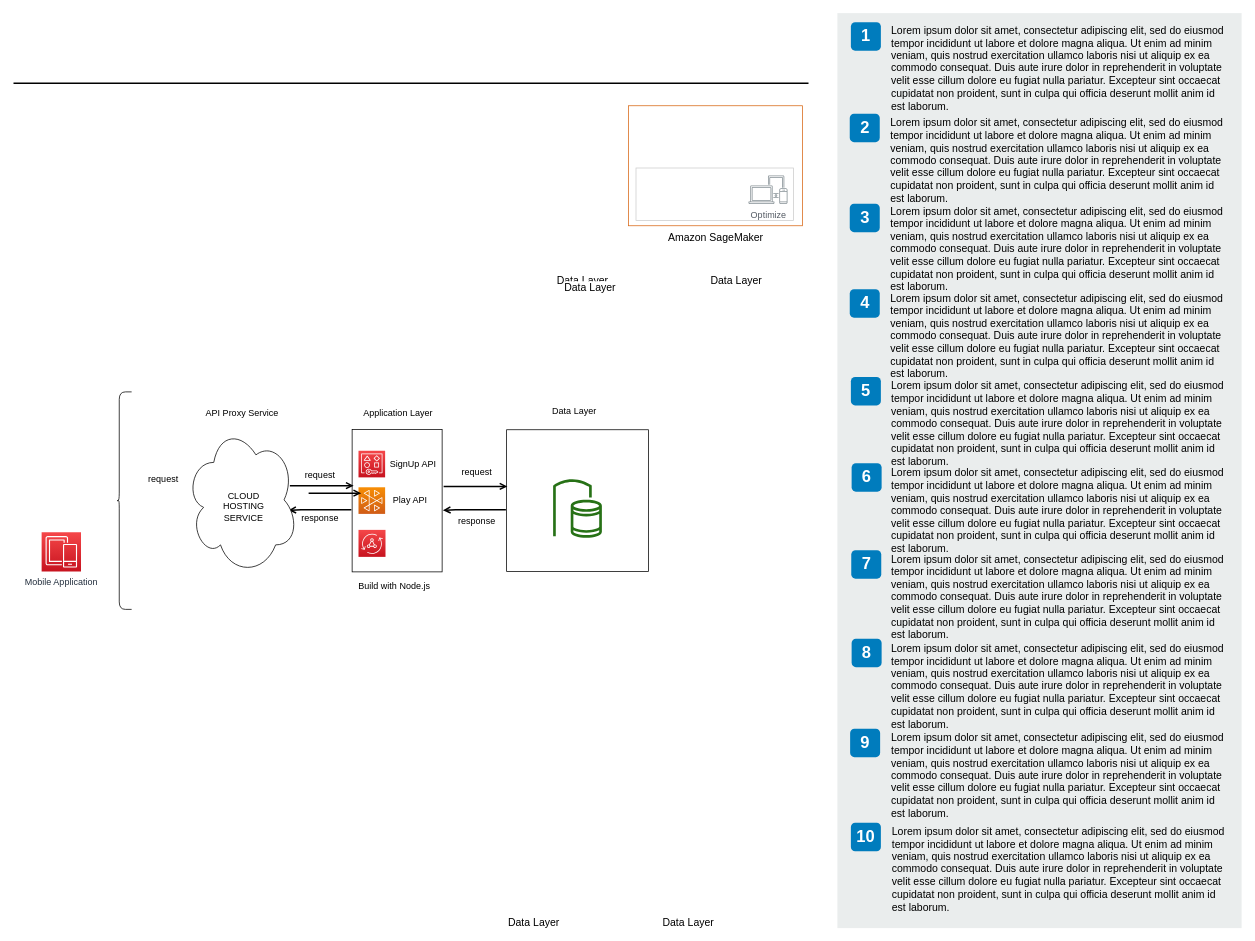
Above: Untitled Diagram.drawio in johnwealth/DesignArchitecture (draw.io), before the change. Source tidied: cells renumbered, new cells numbered last; positions are measured from the earlier drawing's top-left corner, leaving out a move shared by most shapes. Both pictures are drawn from the tidied source at 75%, with x=0, y=0 at pixel (13, 13).
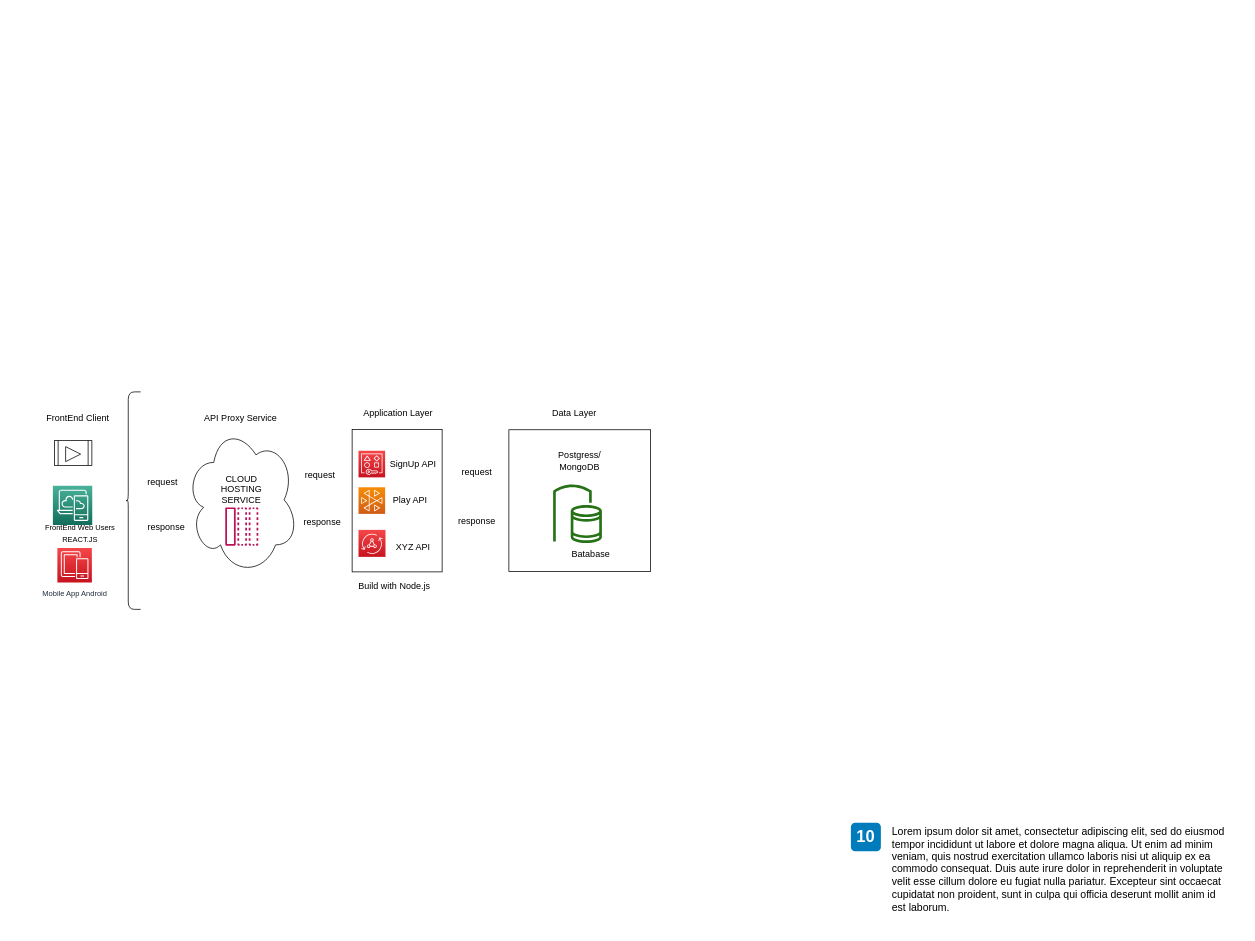
Above is the later version.

The edit, as a diff of the source:
```diff
@@
     <mxCell id="2" style="whiteSpace=wrap;html=1;" parent="1" vertex="1">
-      <mxGeometry x="658" y="555.5" width="189" height="189" as="geometry" />
+      <mxGeometry x="661" y="555.5" width="189" height="189" as="geometry" />
     </mxCell>
-    <mxCell id="3" value="Amazon SageMaker" style="whiteSpace=wrap;html=1;fillColor=none;fontSize=14;fontColor=#000000;dashed=0;fontStyle=0;align=center;verticalAlign=top;strokeColor=#D86613;gradientColor=none;spacingLeft=0;labelPosition=center;verticalLabelPosition=bottom;" parent="1" vertex="1">
-      <mxGeometry x="820.5" y="123.5" width="232" height="160" as="geometry" />
-    </mxCell>
-    <mxCell id="4" style="whiteSpace=wrap;html=1;fillColor=none;fontSize=14;fontColor=#000000;dashed=0;fontStyle=0;align=center;verticalAlign=top;strokeColor=#CCCCCC;gradientColor=none;spacingLeft=0;labelPosition=center;verticalLabelPosition=bottom;" parent="1" vertex="1">
-      <mxGeometry x="830.5" y="206.5" width="210" height="70" as="geometry" />
-    </mxCell>
-    <mxCell id="5" value="Mobile Application" style="fontColor=#232F3E;gradientColor=#F54749;gradientDirection=north;fillColor=#C7131F;strokeColor=#ffffff;dashed=0;verticalLabelPosition=bottom;verticalAlign=top;align=center;html=1;fontSize=12;fontStyle=0;shape=mxgraph.aws4.resourceIcon;resIcon=mxgraph.aws4.mobile;" parent="1" vertex="1">
-      <mxGeometry x="38" y="692" width="52.5" height="52.5" as="geometry" />
+    <mxCell id="5" value="&lt;font style=&quot;font-size: 10px&quot;&gt;Mobile App Android&lt;/font&gt;" style="fontColor=#232F3E;gradientColor=#F54749;gradientDirection=north;fillColor=#C7131F;strokeColor=#ffffff;dashed=0;verticalLabelPosition=bottom;verticalAlign=top;align=center;html=1;fontSize=12;fontStyle=0;shape=mxgraph.aws4.resourceIcon;resIcon=mxgraph.aws4.mobile;" parent="1" vertex="1">
+      <mxGeometry x="59" y="713" width="46" height="46" as="geometry" />
     </mxCell>
-    <mxCell id="6" style="line;strokeWidth=2;html=1;fontSize=14;" parent="1" vertex="1">
-      <mxGeometry x="0.5" y="88.5" width="1060" height="10" as="geometry" />
-    </mxCell>
     <mxCell id="7" style="shape=curlyBracket;whiteSpace=wrap;html=1;rounded=1;fontSize=14;size=0.175;" parent="1" vertex="1">
-      <mxGeometry x="138" y="505" width="20" height="290" as="geometry" />
+      <mxGeometry x="150" y="505" width="20" height="290" as="geometry" />
     </mxCell>
-    <mxCell id="8" value="Data Layer" style="edgeStyle=orthogonalEdgeStyle;html=1;endArrow=open;elbow=vertical;startArrow=none;endFill=0;rounded=0;fontSize=14;strokeWidth=2;" parent="1" edge="1">
-      <mxGeometry x="1" y="412" relative="1" as="geometry">
-        <mxPoint x="589" y="631" as="sourcePoint" />
-        <mxPoint x="659" y="631" as="targetPoint" />
-        <Array as="points">
-          <mxPoint x="574" y="631" />
-        </Array>
-        <mxPoint x="305" y="138" as="offset" />
-      </mxGeometry>
-    </mxCell>
-    <mxCell id="9" value="Optimize" style="gradientColor=none;fontColor=#545B64;strokeColor=none;fillColor=#879196;dashed=0;verticalLabelPosition=bottom;verticalAlign=top;align=center;html=1;fontSize=12;fontStyle=0;shape=mxgraph.aws4.illustration_devices;" parent="1" vertex="1">
-      <mxGeometry x="980.5" y="216.5" width="52" height="38" as="geometry" />
-    </mxCell>
-    <mxCell id="10" style="rounded=0;whiteSpace=wrap;html=1;fillColor=#EAEDED;fontSize=22;fontColor=#FFFFFF;strokeColor=none;labelBackgroundColor=none;" parent="1" vertex="1">
-      <mxGeometry x="1099" width="539" height="1220" as="geometry" />
-    </mxCell>
-    <mxCell id="11" value="1" style="rounded=1;whiteSpace=wrap;html=1;fillColor=#007CBD;strokeColor=none;fontColor=#FFFFFF;fontStyle=1;fontSize=22;labelBackgroundColor=none;" parent="1" vertex="1">
-      <mxGeometry x="1117" y="12" width="40" height="38" as="geometry" />
-    </mxCell>
-    <mxCell id="12" value="2" style="rounded=1;whiteSpace=wrap;html=1;fillColor=#007CBD;strokeColor=none;fontColor=#FFFFFF;fontStyle=1;fontSize=22;labelBackgroundColor=none;" parent="1" vertex="1">
-      <mxGeometry x="1115.5" y="134" width="40" height="38" as="geometry" />
-    </mxCell>
-    <mxCell id="13" value="3" style="rounded=1;whiteSpace=wrap;html=1;fillColor=#007CBD;strokeColor=none;fontColor=#FFFFFF;fontStyle=1;fontSize=22;labelBackgroundColor=none;" parent="1" vertex="1">
-      <mxGeometry x="1115.5" y="254" width="40" height="38" as="geometry" />
-    </mxCell>
-    <mxCell id="14" value="4" style="rounded=1;whiteSpace=wrap;html=1;fillColor=#007CBD;strokeColor=none;fontColor=#FFFFFF;fontStyle=1;fontSize=22;labelBackgroundColor=none;" parent="1" vertex="1">
-      <mxGeometry x="1115.5" y="368" width="40" height="38" as="geometry" />
-    </mxCell>
-    <mxCell id="15" value="5" style="rounded=1;whiteSpace=wrap;html=1;fillColor=#007CBD;strokeColor=none;fontColor=#FFFFFF;fontStyle=1;fontSize=22;labelBackgroundColor=none;" parent="1" vertex="1">
-      <mxGeometry x="1117" y="485" width="40" height="38" as="geometry" />
-    </mxCell>
-    <mxCell id="16" value="6" style="rounded=1;whiteSpace=wrap;html=1;fillColor=#007CBD;strokeColor=none;fontColor=#FFFFFF;fontStyle=1;fontSize=22;labelBackgroundColor=none;" parent="1" vertex="1">
-      <mxGeometry x="1118" y="600" width="40" height="38" as="geometry" />
-    </mxCell>
-    <mxCell id="17" value="7" style="rounded=1;whiteSpace=wrap;html=1;fillColor=#007CBD;strokeColor=none;fontColor=#FFFFFF;fontStyle=1;fontSize=22;labelBackgroundColor=none;" parent="1" vertex="1">
-      <mxGeometry x="1117.5" y="716" width="40" height="38" as="geometry" />
-    </mxCell>
-    <mxCell id="18" value="8" style="rounded=1;whiteSpace=wrap;html=1;fillColor=#007CBD;strokeColor=none;fontColor=#FFFFFF;fontStyle=1;fontSize=22;labelBackgroundColor=none;" parent="1" vertex="1">
-      <mxGeometry x="1118" y="834" width="40" height="38" as="geometry" />
-    </mxCell>
-    <mxCell id="19" value="9" style="rounded=1;whiteSpace=wrap;html=1;fillColor=#007CBD;strokeColor=none;fontColor=#FFFFFF;fontStyle=1;fontSize=22;labelBackgroundColor=none;" parent="1" vertex="1">
-      <mxGeometry x="1116" y="954" width="40" height="38" as="geometry" />
-    </mxCell>
-    <mxCell id="20" value="&lt;span&gt;Lorem ipsum dolor sit amet, consectetur adipiscing elit, sed do eiusmod tempor incididunt ut labore et dolore magna aliqua. Ut enim ad minim veniam, quis nostrud exercitation ullamco laboris nisi ut aliquip ex ea commodo consequat. Duis aute irure dolor in reprehenderit in voluptate velit esse cillum dolore eu fugiat nulla pariatur. Excepteur sint occaecat cupidatat non proident, sunt in culpa qui officia deserunt mollit anim id est laborum.&lt;/span&gt;&lt;br&gt;" style="text;html=1;align=left;verticalAlign=top;spacingTop=-4;fontSize=14;labelBackgroundColor=none;whiteSpace=wrap;" parent="1" vertex="1">
-      <mxGeometry x="1168.5" y="11.5" width="449" height="118" as="geometry" />
-    </mxCell>
-    <mxCell id="21" value="&lt;span&gt;Lorem ipsum dolor sit amet, consectetur adipiscing elit, sed do eiusmod tempor incididunt ut labore et dolore magna aliqua. Ut enim ad minim veniam, quis nostrud exercitation ullamco laboris nisi ut aliquip ex ea commodo consequat. Duis aute irure dolor in reprehenderit in voluptate velit esse cillum dolore eu fugiat nulla pariatur. Excepteur sint occaecat cupidatat non proident, sunt in culpa qui officia deserunt mollit anim id est laborum.&lt;/span&gt;&lt;br&gt;" style="text;html=1;align=left;verticalAlign=top;spacingTop=-4;fontSize=14;labelBackgroundColor=none;whiteSpace=wrap;" parent="1" vertex="1">
-      <mxGeometry x="1167.5" y="134.5" width="450" height="115" as="geometry" />
-    </mxCell>
-    <mxCell id="22" value="&lt;span&gt;Lorem ipsum dolor sit amet, consectetur adipiscing elit, sed do eiusmod tempor incididunt ut labore et dolore magna aliqua. Ut enim ad minim veniam, quis nostrud exercitation ullamco laboris nisi ut aliquip ex ea commodo consequat. Duis aute irure dolor in reprehenderit in voluptate velit esse cillum dolore eu fugiat nulla pariatur. Excepteur sint occaecat cupidatat non proident, sunt in culpa qui officia deserunt mollit anim id est laborum.&lt;/span&gt;&lt;br&gt;" style="text;html=1;align=left;verticalAlign=top;spacingTop=-4;fontSize=14;labelBackgroundColor=none;whiteSpace=wrap;" parent="1" vertex="1">
-      <mxGeometry x="1167.5" y="252.5" width="450" height="117" as="geometry" />
-    </mxCell>
-    <mxCell id="23" value="&lt;span&gt;Lorem ipsum dolor sit amet, consectetur adipiscing elit, sed do eiusmod tempor incididunt ut labore et dolore magna aliqua. Ut enim ad minim veniam, quis nostrud exercitation ullamco laboris nisi ut aliquip ex ea commodo consequat. Duis aute irure dolor in reprehenderit in voluptate velit esse cillum dolore eu fugiat nulla pariatur. Excepteur sint occaecat cupidatat non proident, sunt in culpa qui officia deserunt mollit anim id est laborum.&lt;/span&gt;&lt;br&gt;" style="text;html=1;align=left;verticalAlign=top;spacingTop=-4;fontSize=14;labelBackgroundColor=none;whiteSpace=wrap;" parent="1" vertex="1">
-      <mxGeometry x="1167.5" y="368.5" width="450" height="121" as="geometry" />
-    </mxCell>
-    <mxCell id="24" value="&lt;span&gt;Lorem ipsum dolor sit amet, consectetur adipiscing elit, sed do eiusmod tempor incididunt ut labore et dolore magna aliqua. Ut enim ad minim veniam, quis nostrud exercitation ullamco laboris nisi ut aliquip ex ea commodo consequat. Duis aute irure dolor in reprehenderit in voluptate velit esse cillum dolore eu fugiat nulla pariatur. Excepteur sint occaecat cupidatat non proident, sunt in culpa qui officia deserunt mollit anim id est laborum.&lt;/span&gt;&lt;br&gt;" style="text;html=1;align=left;verticalAlign=top;spacingTop=-4;fontSize=14;labelBackgroundColor=none;whiteSpace=wrap;" parent="1" vertex="1">
-      <mxGeometry x="1168.5" y="485.5" width="449" height="114" as="geometry" />
-    </mxCell>
-    <mxCell id="25" value="&lt;span&gt;Lorem ipsum dolor sit amet, consectetur adipiscing elit, sed do eiusmod tempor incididunt ut labore et dolore magna aliqua. Ut enim ad minim veniam, quis nostrud exercitation ullamco laboris nisi ut aliquip ex ea commodo consequat. Duis aute irure dolor in reprehenderit in voluptate velit esse cillum dolore eu fugiat nulla pariatur. Excepteur sint occaecat cupidatat non proident, sunt in culpa qui officia deserunt mollit anim id est laborum.&lt;/span&gt;&lt;br&gt;" style="text;html=1;align=left;verticalAlign=top;spacingTop=-4;fontSize=14;labelBackgroundColor=none;whiteSpace=wrap;" parent="1" vertex="1">
-      <mxGeometry x="1168.5" y="601.5" width="450" height="118" as="geometry" />
-    </mxCell>
-    <mxCell id="26" value="&lt;span&gt;Lorem ipsum dolor sit amet, consectetur adipiscing elit, sed do eiusmod tempor incididunt ut labore et dolore magna aliqua. Ut enim ad minim veniam, quis nostrud exercitation ullamco laboris nisi ut aliquip ex ea commodo consequat. Duis aute irure dolor in reprehenderit in voluptate velit esse cillum dolore eu fugiat nulla pariatur. Excepteur sint occaecat cupidatat non proident, sunt in culpa qui officia deserunt mollit anim id est laborum.&lt;/span&gt;&lt;br&gt;" style="text;html=1;align=left;verticalAlign=top;spacingTop=-4;fontSize=14;labelBackgroundColor=none;whiteSpace=wrap;" parent="1" vertex="1">
-      <mxGeometry x="1168.5" y="716.5" width="449" height="113" as="geometry" />
-    </mxCell>
-    <mxCell id="27" value="&lt;span&gt;Lorem ipsum dolor sit amet, consectetur adipiscing elit, sed do eiusmod tempor incididunt ut labore et dolore magna aliqua. Ut enim ad minim veniam, quis nostrud exercitation ullamco laboris nisi ut aliquip ex ea commodo consequat. Duis aute irure dolor in reprehenderit in voluptate velit esse cillum dolore eu fugiat nulla pariatur. Excepteur sint occaecat cupidatat non proident, sunt in culpa qui officia deserunt mollit anim id est laborum.&lt;/span&gt;&lt;br&gt;" style="text;html=1;align=left;verticalAlign=top;spacingTop=-4;fontSize=14;labelBackgroundColor=none;whiteSpace=wrap;" parent="1" vertex="1">
-      <mxGeometry x="1168.5" y="835.5" width="449" height="124" as="geometry" />
-    </mxCell>
-    <mxCell id="28" value="&lt;span&gt;Lorem ipsum dolor sit amet, consectetur adipiscing elit, sed do eiusmod tempor incididunt ut labore et dolore magna aliqua. Ut enim ad minim veniam, quis nostrud exercitation ullamco laboris nisi ut aliquip ex ea commodo consequat. Duis aute irure dolor in reprehenderit in voluptate velit esse cillum dolore eu fugiat nulla pariatur. Excepteur sint occaecat cupidatat non proident, sunt in culpa qui officia deserunt mollit anim id est laborum.&lt;/span&gt;&lt;br&gt;" style="text;html=1;align=left;verticalAlign=top;spacingTop=-4;fontSize=14;labelBackgroundColor=none;whiteSpace=wrap;" parent="1" vertex="1">
-      <mxGeometry x="1168.5" y="954.5" width="449" height="115" as="geometry" />
-    </mxCell>
@@
     <mxCell id="31" style="fontColor=#232F3E;gradientColor=none;fillColor=#277116;strokeColor=none;dashed=0;verticalLabelPosition=bottom;verticalAlign=top;align=center;html=1;fontSize=12;fontStyle=0;shape=mxgraph.aws4.volume_gateway;" parent="1" vertex="1">
-      <mxGeometry x="720" y="621.5" width="65" height="78" as="geometry" />
+      <mxGeometry x="720" y="628.5" width="65" height="78" as="geometry" />
     </mxCell>
-    <mxCell id="32" value="Data Layer" style="edgeStyle=orthogonalEdgeStyle;html=1;endArrow=open;elbow=vertical;startArrow=none;endFill=0;rounded=0;fontSize=14;strokeWidth=2;exitX=-0.032;exitY=0.384;exitDx=0;exitDy=0;exitPerimeter=0;" parent="1" edge="1">
-      <mxGeometry x="1" y="412" relative="1" as="geometry">
-        <mxPoint x="657" y="662.1" as="sourcePoint" />
-        <mxPoint x="573" y="663" as="targetPoint" />
-        <Array as="points">
-          <mxPoint x="590" y="662" />
-        </Array>
-        <mxPoint x="305" y="138" as="offset" />
-      </mxGeometry>
-    </mxCell>
     <mxCell id="33" value="Data Layer" style="text;html=1;align=center;verticalAlign=middle;" parent="1" vertex="1">
-      <mxGeometry x="713" y="521" width="70" height="20" as="geometry" />
+      <mxGeometry x="713" y="524" width="70" height="20" as="geometry" />
     </mxCell>
@@
-    <mxCell id="42" value="Data Layer" style="edgeStyle=orthogonalEdgeStyle;html=1;endArrow=open;elbow=vertical;startArrow=none;endFill=0;rounded=0;fontSize=14;strokeWidth=2;" parent="1" edge="1">
-      <mxGeometry x="1" y="412" relative="1" as="geometry">
-        <mxPoint x="384" y="630" as="sourcePoint" />
-        <mxPoint x="454" y="630" as="targetPoint" />
-        <Array as="points">
-          <mxPoint x="369" y="630" />
-        </Array>
-        <mxPoint x="305" y="138" as="offset" />
-      </mxGeometry>
-    </mxCell>
-    <mxCell id="43" value="Data Layer" style="edgeStyle=orthogonalEdgeStyle;html=1;endArrow=open;elbow=vertical;startArrow=none;endFill=0;rounded=0;fontSize=14;strokeWidth=2;exitX=-0.032;exitY=0.384;exitDx=0;exitDy=0;exitPerimeter=0;" parent="1" edge="1">
-      <mxGeometry x="1" y="412" relative="1" as="geometry">
-        <mxPoint x="451" y="662.1" as="sourcePoint" />
-        <mxPoint x="367" y="663" as="targetPoint" />
-        <Array as="points">
-          <mxPoint x="384" y="662" />
-        </Array>
-        <mxPoint x="305" y="138" as="offset" />
-      </mxGeometry>
-    </mxCell>
@@
     <mxCell id="45" value="CLOUD&lt;br&gt;HOSTING&lt;br&gt;SERVICE" style="text;html=1;align=center;verticalAlign=middle;" parent="1" vertex="1">
-      <mxGeometry x="272" y="633" width="70" height="50" as="geometry" />
+      <mxGeometry x="269" y="610" width="70" height="50" as="geometry" />
     </mxCell>
     <mxCell id="46" value="API Proxy Service" style="text;html=1;align=center;verticalAlign=middle;" parent="1" vertex="1">
-      <mxGeometry x="250" y="524" width="110" height="20" as="geometry" />
+      <mxGeometry x="248" y="530" width="110" height="20" as="geometry" />
     </mxCell>
     <mxCell id="47" value="response" style="text;html=1;align=center;verticalAlign=middle;" parent="1" vertex="1">
-      <mxGeometry x="379" y="663" width="60" height="20" as="geometry" />
+      <mxGeometry x="382" y="669" width="60" height="20" as="geometry" />
     </mxCell>
-    <mxCell id="48" value="request" style="text;html=1;align=center;verticalAlign=middle;" parent="1" vertex="1">
+    <mxCell id="48" value="request" style="text;html=1;align=center;verticalAlign=middle;fillColor=#ffffff;" parent="1" vertex="1">
       <mxGeometry x="379" y="605.5" width="60" height="20" as="geometry" />
     </mxCell>
@@
     <mxCell id="51" value="request" style="text;html=1;align=center;verticalAlign=middle;" parent="1" vertex="1">
-      <mxGeometry x="170" y="612.2" width="60" height="20" as="geometry" />
+      <mxGeometry x="169" y="615.2" width="60" height="20" as="geometry" />
     </mxCell>
-    <mxCell id="52" value="Data Layer" style="edgeStyle=orthogonalEdgeStyle;html=1;endArrow=open;elbow=vertical;startArrow=none;endFill=0;rounded=0;fontSize=14;strokeWidth=2;" parent="1" edge="1">
-      <mxGeometry x="1" y="412" relative="1" as="geometry">
-        <mxPoint x="394" y="640" as="sourcePoint" />
-        <mxPoint x="464" y="640" as="targetPoint" />
-        <Array as="points">
-          <mxPoint x="408" y="640" />
-          <mxPoint x="408" y="640" />
-        </Array>
-        <mxPoint x="305" y="138" as="offset" />
-      </mxGeometry>
-    </mxCell>
+    <mxCell id="53" value="Postgress/&lt;br&gt;MongoDB" style="text;html=1;align=center;verticalAlign=middle;" parent="1" vertex="1">
+      <mxGeometry x="720" y="582.2" width="70" height="30" as="geometry" />
+    </mxCell>
+    <mxCell id="54" value="Batabase" style="text;html=1;align=center;verticalAlign=middle;" parent="1" vertex="1">
+      <mxGeometry x="734.5" y="711" width="70" height="20" as="geometry" />
+    </mxCell>
+    <mxCell id="55" value="response" style="text;html=1;align=center;verticalAlign=middle;" parent="1" vertex="1">
+      <mxGeometry x="174" y="675" width="60" height="20" as="geometry" />
+    </mxCell>
+    <mxCell id="56" style="fontColor=#232F3E;gradientColor=#4AB29A;gradientDirection=north;fillColor=#116D5B;strokeColor=#ffffff;dashed=0;verticalLabelPosition=bottom;verticalAlign=top;align=center;html=1;fontSize=12;fontStyle=0;shape=mxgraph.aws4.resourceIcon;resIcon=mxgraph.aws4.desktop_and_app_streaming;" parent="1" vertex="1">
+      <mxGeometry x="53" y="630" width="52.5" height="52.5" as="geometry" />
+    </mxCell>
+    <mxCell id="57" style="fontColor=#232F3E;gradientColor=none;fillColor=#BC1356;strokeColor=none;dashed=0;verticalLabelPosition=bottom;verticalAlign=top;align=center;html=1;fontSize=12;fontStyle=0;shape=mxgraph.aws4.message;" parent="1" vertex="1">
+      <mxGeometry x="280" y="659" width="49.7" height="51" as="geometry" />
+    </mxCell>
+    <mxCell id="58" value="&lt;font style=&quot;font-size: 10px&quot;&gt;FrontEnd Web Users&lt;br&gt;REACT.JS&lt;/font&gt;" style="text;html=1;align=center;verticalAlign=middle;" parent="1" vertex="1">
+      <mxGeometry x="34.2" y="672.5" width="110" height="40" as="geometry" />
+    </mxCell>
+    <mxCell id="59" value="FrontEnd Client" style="text;html=1;align=center;verticalAlign=middle;" parent="1" vertex="1">
+      <mxGeometry x="36" y="530" width="100" height="20" as="geometry" />
+    </mxCell>
+    <mxCell id="60" value="XYZ API" style="text;html=1;align=center;verticalAlign=middle;" parent="1" vertex="1">
+      <mxGeometry x="503" y="702" width="60" height="20" as="geometry" />
+    </mxCell>
+    <mxCell id="61" style="shape=process;whiteSpace=wrap;html=1;backgroundOutline=1;fillColor=#ffffff;" parent="1" vertex="1">
+      <mxGeometry x="55" y="570" width="50" height="33" as="geometry" />
+    </mxCell>
+    <mxCell id="62" style="triangle;whiteSpace=wrap;html=1;fillColor=#ffffff;" parent="1" vertex="1">
+      <mxGeometry x="70" y="578" width="20" height="20" as="geometry" />
+    </mxCell>
```
